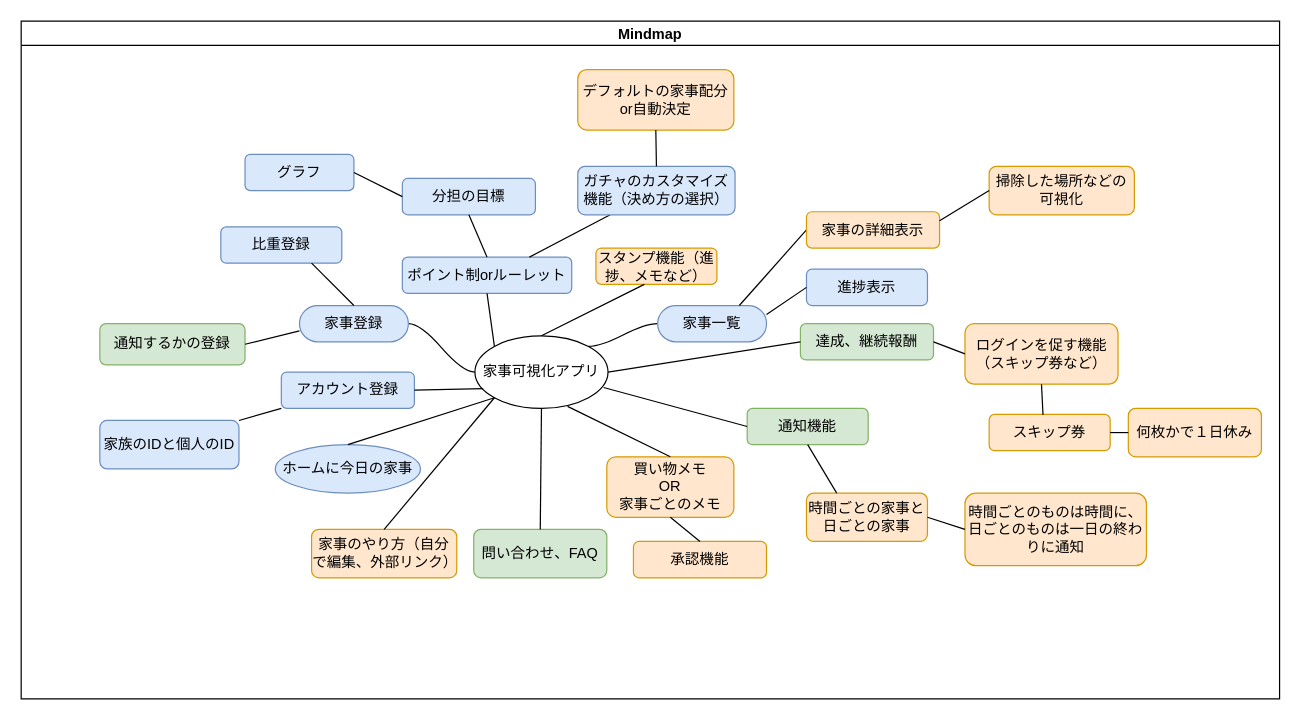
This is documents/mindmap.drawio from plusdojo2025/E1, a draw.io file, before an edit. Source tidied: cells renumbered, new cells numbered last; positions are measured from the earlier drawing's top-left corner, leaving out a move shared by most shapes. Both pictures are drawn from the tidied source at 121%, with x=0, y=0 at pixel (21, 21).
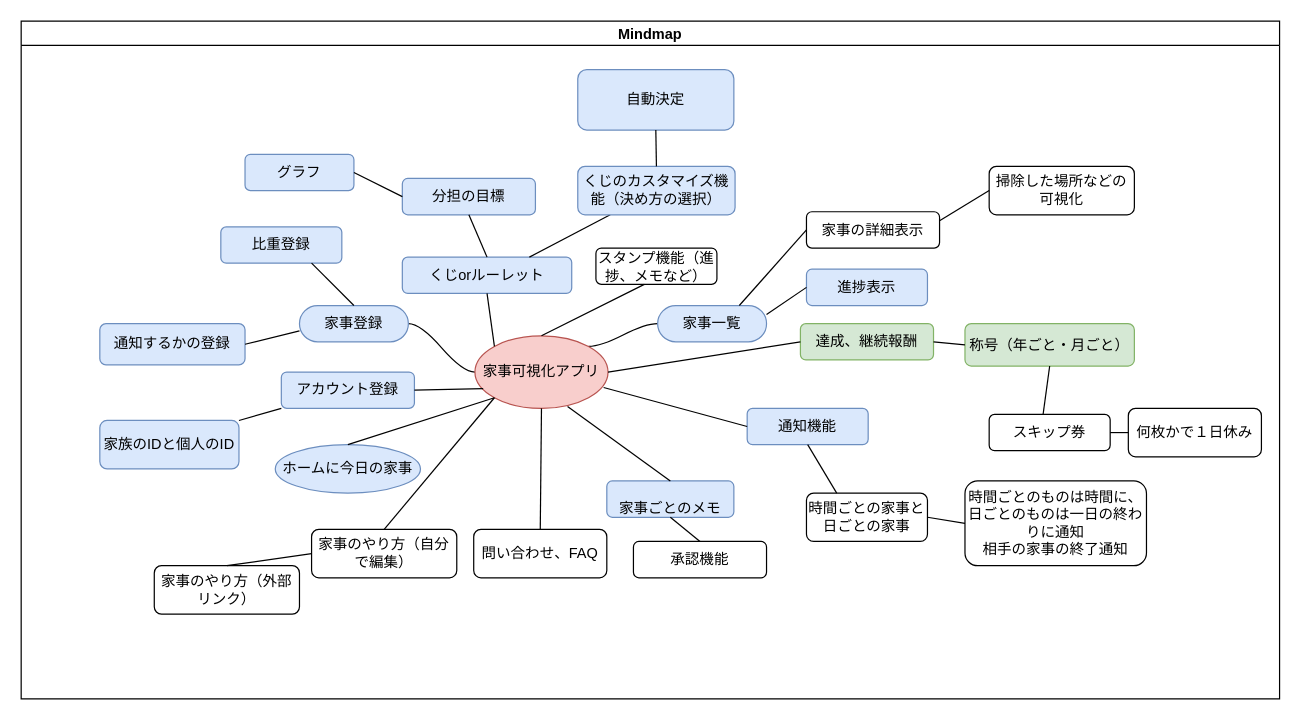
Above is the later version.

Unchanged cells that the change refers to:
```xml
<mxCell id="2" value="Mindmap" style="swimlane;startSize=20;horizontal=1;containerType=tree;" parent="1" vertex="1">
  <mxGeometry width="1040" height="560" as="geometry" />
</mxCell>
```

Diff of the diagram source:
```diff
@@
-    <mxCell id="5" value="家事可視化アプリ" style="ellipse;whiteSpace=wrap;html=1;align=center;newEdgeStyle={&quot;edgeStyle&quot;:&quot;entityRelationEdgeStyle&quot;,&quot;startArrow&quot;:&quot;none&quot;,&quot;endArrow&quot;:&quot;none&quot;,&quot;segment&quot;:10,&quot;curved&quot;:1,&quot;sourcePerimeterSpacing&quot;:0,&quot;targetPerimeterSpacing&quot;:0};" parent="2" vertex="1">
+    <mxCell id="5" value="家事可視化アプリ" style="ellipse;whiteSpace=wrap;html=1;align=center;newEdgeStyle={&quot;edgeStyle&quot;:&quot;entityRelationEdgeStyle&quot;,&quot;startArrow&quot;:&quot;none&quot;,&quot;endArrow&quot;:&quot;none&quot;,&quot;segment&quot;:10,&quot;curved&quot;:1,&quot;sourcePerimeterSpacing&quot;:0,&quot;targetPerimeterSpacing&quot;:0};fillColor=#f8cecc;strokeColor=#b85450;" parent="2" vertex="1">
       <mxGeometry x="375" y="260" width="110" height="60" as="geometry" />
     </mxCell>
@@
-    <mxCell id="12" value="ポイント制orルーレット" style="rounded=1;whiteSpace=wrap;html=1;fillColor=#dae8fc;strokeColor=#6c8ebf;" parent="2" vertex="1">
+    <mxCell id="12" value="くじorルーレット" style="rounded=1;whiteSpace=wrap;html=1;fillColor=#dae8fc;strokeColor=#6c8ebf;" parent="2" vertex="1">
       <mxGeometry x="315" y="195" width="140" height="30" as="geometry" />
     </mxCell>
@@
-    <mxCell id="16" value="通知機能" style="rounded=1;whiteSpace=wrap;html=1;fillColor=#d5e8d4;strokeColor=#82b366;" parent="2" vertex="1">
+    <mxCell id="16" value="通知機能" style="rounded=1;whiteSpace=wrap;html=1;fillColor=#dae8fc;strokeColor=#6c8ebf;" parent="2" vertex="1">
       <mxGeometry x="600" y="320" width="100" height="30" as="geometry" />
     </mxCell>
-    <mxCell id="17" value="時間ごとの家事と日ごとの家事" style="rounded=1;whiteSpace=wrap;html=1;fillColor=#ffe6cc;strokeColor=#d79b00;" parent="2" vertex="1">
+    <mxCell id="17" value="時間ごとの家事と日ごとの家事" style="rounded=1;whiteSpace=wrap;html=1;" parent="2" vertex="1">
       <mxGeometry x="649" y="390" width="100" height="40" as="geometry" />
     </mxCell>
-    <mxCell id="18" value="時間ごとのものは時間に、日ごとのものは一日の終わりに通知" style="rounded=1;whiteSpace=wrap;html=1;fillColor=#ffe6cc;strokeColor=#d79b00;" parent="2" vertex="1">
-      <mxGeometry x="780" y="390" width="150" height="60" as="geometry" />
+    <mxCell id="18" value="時間ごとのものは時間に、日ごとのものは一日の終わりに通知&lt;div&gt;相手の家事の終了通知&lt;/div&gt;" style="rounded=1;whiteSpace=wrap;html=1;" parent="2" vertex="1">
+      <mxGeometry x="780" y="380" width="150" height="70" as="geometry" />
     </mxCell>
-    <mxCell id="19" value="通知するかの登録" style="rounded=1;whiteSpace=wrap;html=1;fillColor=#d5e8d4;strokeColor=#82b366;" parent="2" vertex="1">
+    <mxCell id="19" value="通知するかの登録" style="rounded=1;whiteSpace=wrap;html=1;fillColor=#dae8fc;strokeColor=#6c8ebf;" parent="2" vertex="1">
       <mxGeometry x="65" y="250" width="120" height="34" as="geometry" />
     </mxCell>
@@
-    <mxCell id="28" value="買い物メモ&lt;div&gt;OR&lt;/div&gt;&lt;div&gt;&lt;span style=&quot;background-color: transparent;&quot;&gt;家事ごとのメモ&lt;/span&gt;&lt;/div&gt;" style="rounded=1;whiteSpace=wrap;html=1;fillColor=#ffe6cc;strokeColor=#d79b00;" parent="2" vertex="1">
-      <mxGeometry x="484" y="360" width="105" height="50" as="geometry" />
+    <mxCell id="28" value="&lt;br&gt;&lt;div&gt;&lt;span style=&quot;background-color: transparent;&quot;&gt;家事ごとのメモ&lt;/span&gt;&lt;/div&gt;" style="rounded=1;whiteSpace=wrap;html=1;fillColor=#dae8fc;strokeColor=#6c8ebf;" parent="2" vertex="1">
+      <mxGeometry x="484" y="380" width="105" height="30" as="geometry" />
     </mxCell>
@@
-    <mxCell id="30" value="ガチャのカスタマイズ機能（決め方の選択）" style="rounded=1;whiteSpace=wrap;html=1;fillColor=#dae8fc;strokeColor=#6c8ebf;" parent="2" vertex="1">
+    <mxCell id="30" value="くじのカスタマイズ機能（決め方の選択）" style="rounded=1;whiteSpace=wrap;html=1;fillColor=#dae8fc;strokeColor=#6c8ebf;" parent="2" vertex="1">
       <mxGeometry x="460" y="120" width="130" height="40" as="geometry" />
     </mxCell>
-    <mxCell id="31" value="家事のやり方（自分で編集、外部リンク）" style="rounded=1;whiteSpace=wrap;html=1;fillColor=#ffe6cc;strokeColor=#d79b00;" parent="2" vertex="1">
+    <mxCell id="31" value="家事のやり方（自分で編集）" style="rounded=1;whiteSpace=wrap;html=1;" parent="2" vertex="1">
       <mxGeometry x="240" y="420" width="120" height="40" as="geometry" />
     </mxCell>
@@
-    <mxCell id="33" value="デフォルトの家事配分or自動決定" style="rounded=1;whiteSpace=wrap;html=1;fillColor=#ffe6cc;strokeColor=#d79b00;" parent="2" vertex="1">
+    <mxCell id="33" value="自動決定" style="rounded=1;whiteSpace=wrap;html=1;fillColor=#dae8fc;strokeColor=#6c8ebf;" parent="2" vertex="1">
       <mxGeometry x="460" y="40" width="129" height="50" as="geometry" />
     </mxCell>
@@
-    <mxCell id="36" value="承認機能" style="rounded=1;whiteSpace=wrap;html=1;fillColor=#ffe6cc;strokeColor=#d79b00;" parent="2" vertex="1">
+    <mxCell id="36" value="承認機能" style="rounded=1;whiteSpace=wrap;html=1;" parent="2" vertex="1">
       <mxGeometry x="506" y="430" width="110" height="30" as="geometry" />
     </mxCell>
-    <mxCell id="37" value="スタンプ機能（進捗、メモなど）" style="rounded=1;whiteSpace=wrap;html=1;fillColor=#ffe6cc;strokeColor=#d79b00;" parent="2" vertex="1">
+    <mxCell id="37" value="スタンプ機能（進捗、メモなど）" style="rounded=1;whiteSpace=wrap;html=1;" parent="2" vertex="1">
       <mxGeometry x="475" y="187.5" width="100" height="30" as="geometry" />
     </mxCell>
@@
-    <mxCell id="40" value="問い合わせ、FAQ" style="rounded=1;whiteSpace=wrap;html=1;fillColor=#d5e8d4;strokeColor=#82b366;" parent="2" vertex="1">
+    <mxCell id="40" value="問い合わせ、FAQ" style="rounded=1;whiteSpace=wrap;html=1;" parent="2" vertex="1">
       <mxGeometry x="374" y="420" width="110" height="40" as="geometry" />
     </mxCell>
@@
-    <mxCell id="42" value="ログインを促す機能&lt;div&gt;（スキップ券など）&lt;/div&gt;" style="rounded=1;whiteSpace=wrap;html=1;fillColor=#ffe6cc;strokeColor=#d79b00;" parent="2" vertex="1">
-      <mxGeometry x="780" y="250" width="126.5" height="50" as="geometry" />
+    <mxCell id="42" value="称号（年ごと・月ごと）" style="rounded=1;whiteSpace=wrap;html=1;fillColor=#d5e8d4;strokeColor=#82b366;" parent="2" vertex="1">
+      <mxGeometry x="780" y="250" width="140" height="35" as="geometry" />
     </mxCell>
-    <mxCell id="43" value="スキップ券" style="rounded=1;whiteSpace=wrap;html=1;fillColor=#ffe6cc;strokeColor=#d79b00;" parent="2" vertex="1">
+    <mxCell id="43" value="スキップ券" style="rounded=1;whiteSpace=wrap;html=1;" parent="2" vertex="1">
       <mxGeometry x="800" y="325" width="100" height="30" as="geometry" />
     </mxCell>
-    <mxCell id="44" value="何枚かで１日休み" style="rounded=1;whiteSpace=wrap;html=1;fillColor=#ffe6cc;strokeColor=#d79b00;" parent="2" vertex="1">
+    <mxCell id="44" value="何枚かで１日休み" style="rounded=1;whiteSpace=wrap;html=1;" parent="2" vertex="1">
       <mxGeometry x="915" y="320" width="110" height="40" as="geometry" />
     </mxCell>
@@
-    <mxCell id="47" value="掃除した場所などの可視化" style="rounded=1;whiteSpace=wrap;html=1;fillColor=#ffe6cc;strokeColor=#d79b00;" parent="2" vertex="1">
+    <mxCell id="47" value="掃除した場所などの可視化" style="rounded=1;whiteSpace=wrap;html=1;" parent="2" vertex="1">
       <mxGeometry x="800" y="120" width="120" height="40" as="geometry" />
     </mxCell>
@@
-    <mxCell id="49" value="家事の詳細表示" style="rounded=1;whiteSpace=wrap;html=1;fillColor=#ffe6cc;strokeColor=#d79b00;" parent="2" vertex="1">
+    <mxCell id="49" value="家事の詳細表示" style="rounded=1;whiteSpace=wrap;html=1;" parent="2" vertex="1">
       <mxGeometry x="649" y="157.5" width="110" height="30" as="geometry" />
     </mxCell>
@@
+    <mxCell id="58" value="家事のやり方（外部リンク）" style="rounded=1;whiteSpace=wrap;html=1;" parent="2" vertex="1">
+      <mxGeometry x="110" y="450" width="120" height="40" as="geometry" />
+    </mxCell>
+    <mxCell id="59" style="endArrow=none;html=1;exitX=0.5;exitY=0;exitDx=0;exitDy=0;entryX=0;entryY=1;entryDx=0;entryDy=0;" parent="2" edge="1" source="58">
+      <mxGeometry relative="1" as="geometry">
+        <mxPoint x="240" y="440" as="targetPoint" />
+      </mxGeometry>
+    </mxCell>
```
